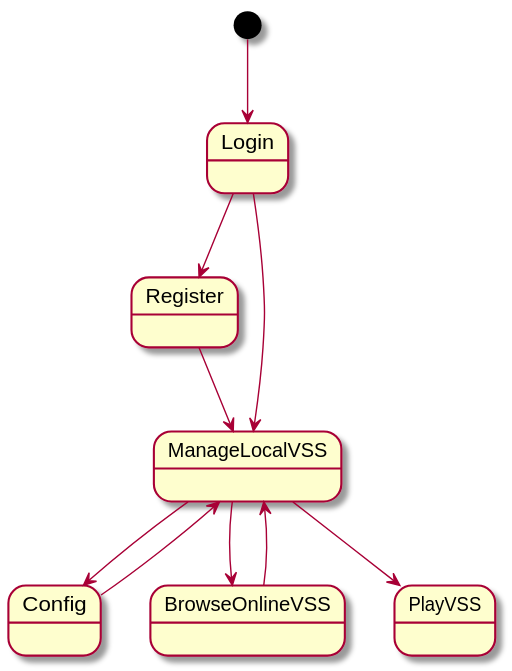
The PlantUML diagram 需求定义/软件需求规约_001.svg in kpp19920121/doc, before a commit. The source it was exported from:
```plantuml
@startuml
[*] --> Login
Login --> Register
Register --> ManageLocalVSS
Login --> ManageLocalVSS
ManageLocalVSS --> Config
ManageLocalVSS --> BrowseOnlineVSS
ManageLocalVSS --> PlayVSS
Config --> ManageLocalVSS
BrowseOnlineVSS --> ManageLocalVSS


@enduml
```
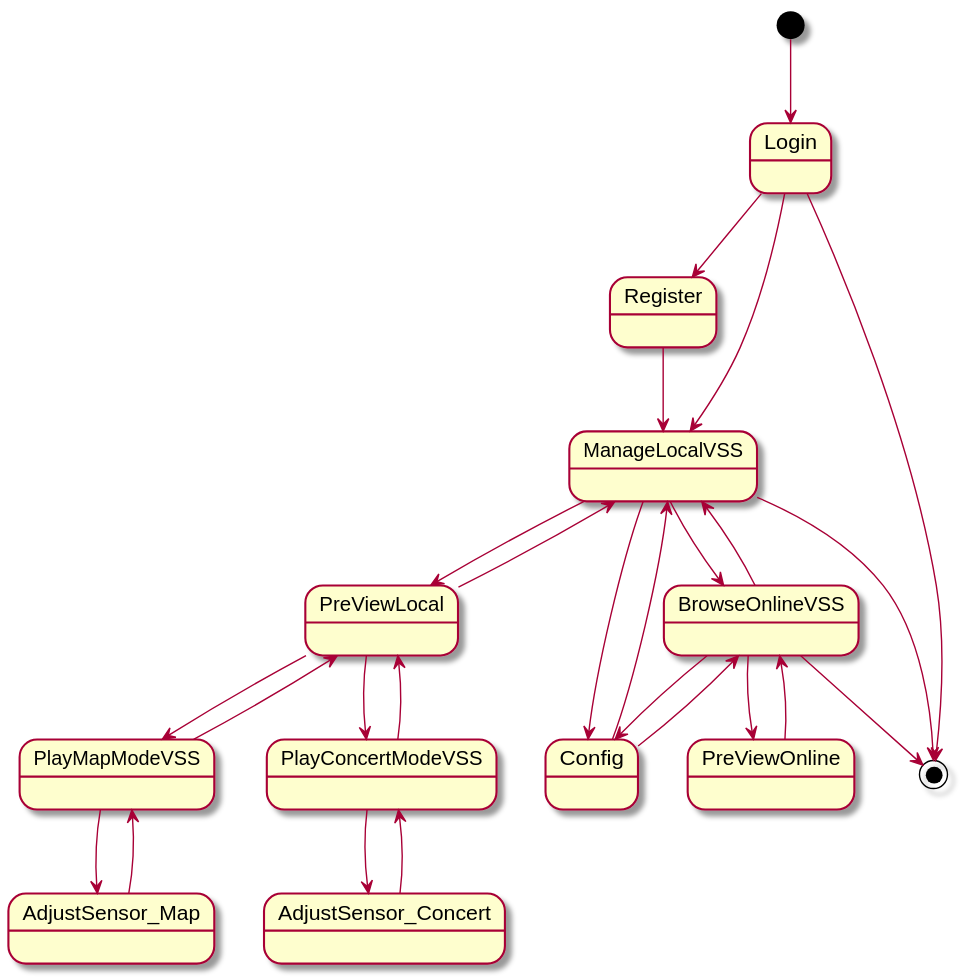
Later version of the same file.

Diff of the diagram source:
```diff
@@ -3,11 +3,29 @@
 Login --> Register
 Register --> ManageLocalVSS
 Login --> ManageLocalVSS
+ManageLocalVSS --> BrowseOnlineVSS
+BrowseOnlineVSS --> ManageLocalVSS
+BrowseOnlineVSS --> PreViewOnline
+ManageLocalVSS --> PreViewLocal
+PreViewLocal --> PlayMapModeVSS
+PlayMapModeVSS --> PreViewLocal
+PreViewLocal --> ManageLocalVSS
+PreViewLocal --> PlayConcertModeVSS
+PlayConcertModeVSS --> PreViewLocal
+PreViewOnline --> BrowseOnlineVSS
+PlayMapModeVSS --> AdjustSensor_Map
+AdjustSensor_Map --> PlayMapModeVSS
+PlayConcertModeVSS --> AdjustSensor_Concert
+AdjustSensor_Concert --> PlayConcertModeVSS
+
+Login --> [*]
+ManageLocalVSS --> [*]
+BrowseOnlineVSS --> [*]
 ManageLocalVSS --> Config
-ManageLocalVSS --> BrowseOnlineVSS
-ManageLocalVSS --> PlayVSS
 Config --> ManageLocalVSS
-BrowseOnlineVSS --> ManageLocalVSS
+BrowseOnlineVSS --> Config
+Config --> BrowseOnlineVSS
+
 
 
 @enduml
```
